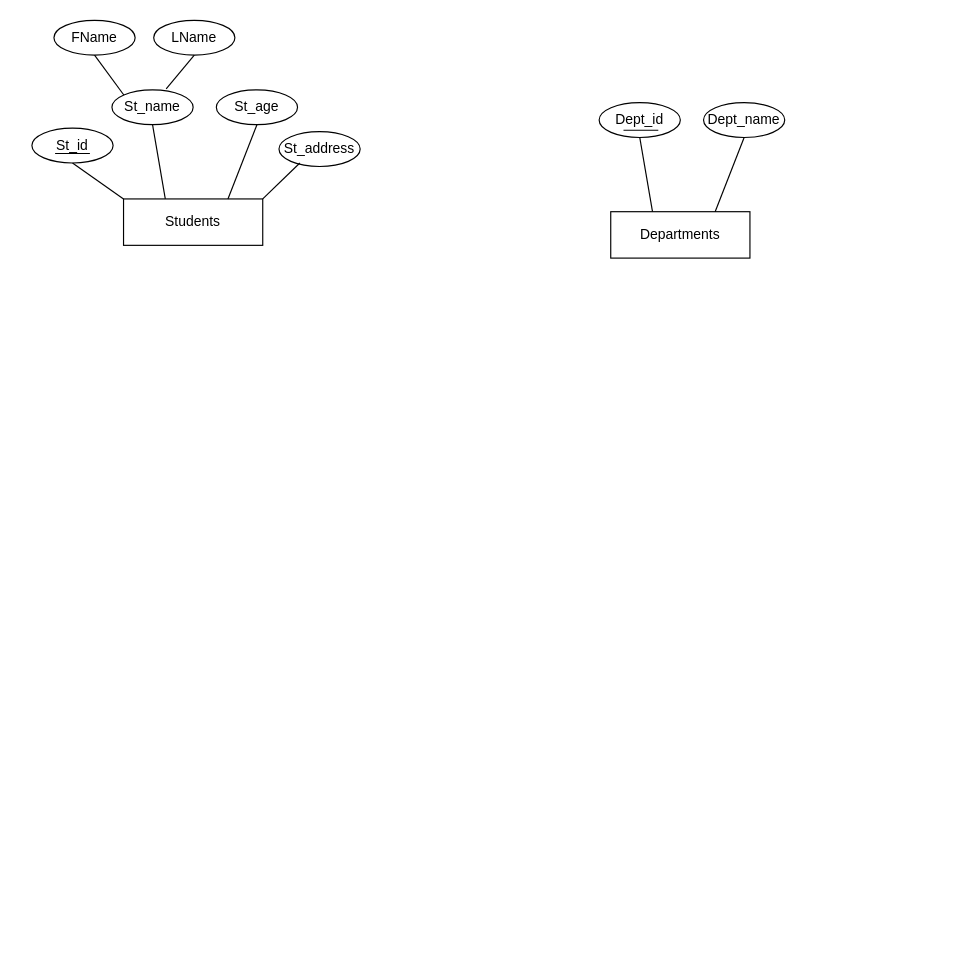
Before: Untitled Diagram.drawio in yousief784/ASB.NET-LEARN, a draw.io diagram. Source tidied: cells renumbered, new cells numbered last; positions are measured from the earlier drawing's top-left corner, leaving out a move shared by most shapes. Both pictures are drawn from the tidied source at 116%, with x=0, y=0 at pixel (31, 20).
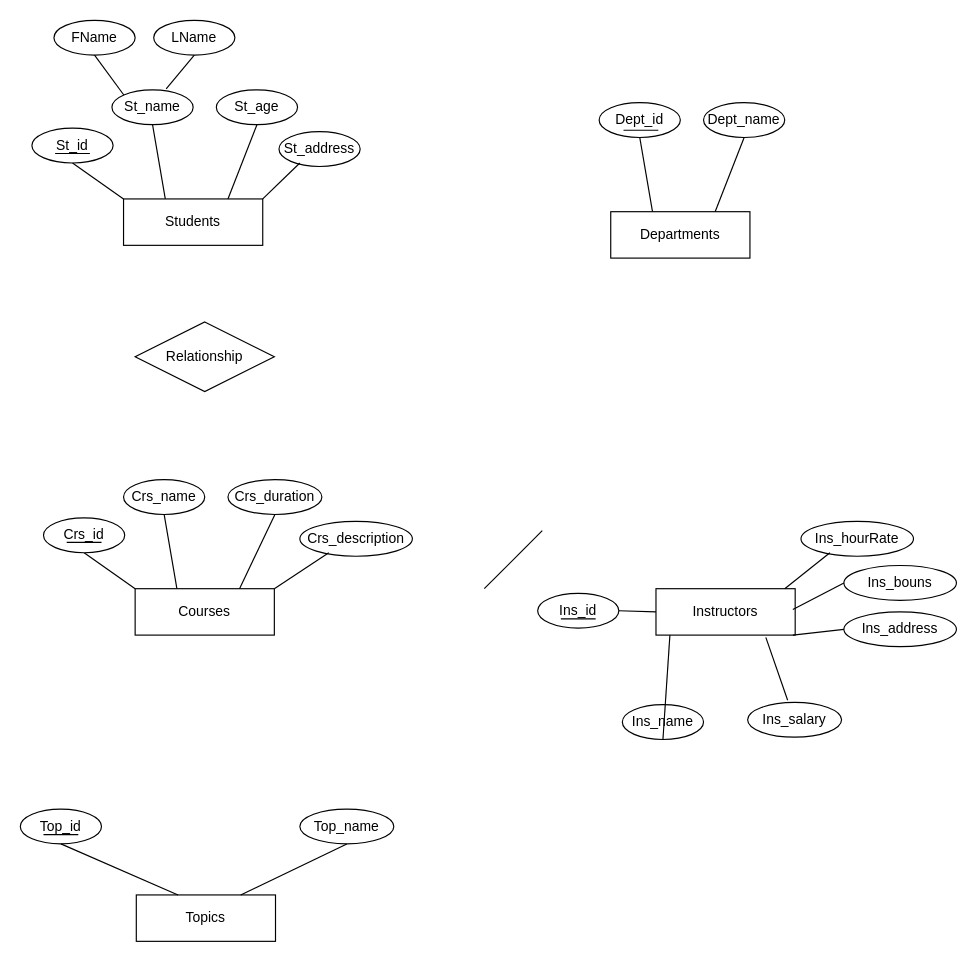
The same page after the edit.

What changed in the source:
```diff
@@
+    <mxCell id="22" value="Courses" style="rounded=0;whiteSpace=wrap;html=1;direction=east;" parent="1" vertex="1">
+      <mxGeometry x="89" y="490" width="120" height="40" as="geometry" />
+    </mxCell>
+    <mxCell id="23" value="Crs_name" style="ellipse;whiteSpace=wrap;html=1;" parent="1" vertex="1">
+      <mxGeometry x="79" y="396" width="70" height="30" as="geometry" />
+    </mxCell>
+    <mxCell id="24" value="Crs_duration" style="ellipse;whiteSpace=wrap;html=1;" parent="1" vertex="1">
+      <mxGeometry x="169" y="396" width="81" height="30" as="geometry" />
+    </mxCell>
+    <mxCell id="25" value="Crs_description" style="ellipse;whiteSpace=wrap;html=1;" parent="1" vertex="1">
+      <mxGeometry x="231" y="432" width="97" height="30" as="geometry" />
+    </mxCell>
+    <mxCell id="26" style="endArrow=none;html=1;rounded=0;entryX=0.257;entryY=0.9;entryDx=0;entryDy=0;entryPerimeter=0;exitX=1;exitY=0;exitDx=0;exitDy=0;" parent="1" edge="1" source="22" target="25">
+      <mxGeometry relative="1" as="geometry" />
+    </mxCell>
+    <mxCell id="27" style="endArrow=none;html=1;rounded=0;entryX=0.5;entryY=1;entryDx=0;entryDy=0;exitX=0.75;exitY=0;exitDx=0;exitDy=0;" parent="1" edge="1" source="22" target="24">
+      <mxGeometry relative="1" as="geometry" />
+    </mxCell>
+    <mxCell id="28" style="endArrow=none;html=1;rounded=0;entryX=0.5;entryY=1;entryDx=0;entryDy=0;exitX=0.75;exitY=0;exitDx=0;exitDy=0;" parent="1" edge="1" target="23">
+      <mxGeometry relative="1" as="geometry">
+        <mxPoint x="125" y="490" as="sourcePoint" />
+      </mxGeometry>
+    </mxCell>
+    <mxCell id="29" style="endArrow=none;html=1;rounded=0;entryX=0.5;entryY=1;entryDx=0;entryDy=0;exitX=0;exitY=0;exitDx=0;exitDy=0;" parent="1" edge="1" source="22" target="31">
+      <mxGeometry relative="1" as="geometry" />
+    </mxCell>
+    <mxCell id="30" style="endArrow=none;html=1;rounded=0;" parent="1" edge="1">
+      <mxGeometry relative="1" as="geometry">
+        <mxPoint x="30" y="450.8" as="sourcePoint" />
+        <mxPoint x="60" y="450.8" as="targetPoint" />
+      </mxGeometry>
+    </mxCell>
+    <mxCell id="31" value="Crs_id" style="ellipse;whiteSpace=wrap;html=1;" parent="1" vertex="1">
+      <mxGeometry x="10" y="429" width="70" height="30" as="geometry" />
+    </mxCell>
+    <mxCell id="32" style="endArrow=none;html=1;rounded=0;" parent="1" edge="1">
+      <mxGeometry relative="1" as="geometry">
+        <mxPoint x="30" y="450" as="sourcePoint" />
+        <mxPoint x="60" y="450" as="targetPoint" />
+      </mxGeometry>
+    </mxCell>
+    <mxCell id="33" value="Instructors" style="rounded=0;whiteSpace=wrap;html=1;direction=east;" parent="1" vertex="1">
+      <mxGeometry x="538" y="490" width="120" height="40" as="geometry" />
+    </mxCell>
+    <mxCell id="34" value="Ins_name" style="ellipse;whiteSpace=wrap;html=1;" parent="1" vertex="1">
+      <mxGeometry x="509" y="590" width="70" height="30" as="geometry" />
+    </mxCell>
+    <mxCell id="35" value="Ins_salary" style="ellipse;whiteSpace=wrap;html=1;" parent="1" vertex="1">
+      <mxGeometry x="617" y="588" width="81" height="30" as="geometry" />
+    </mxCell>
+    <mxCell id="36" value="Ins_hourRate" style="ellipse;whiteSpace=wrap;html=1;" parent="1" vertex="1">
+      <mxGeometry x="663" y="432" width="97" height="30" as="geometry" />
+    </mxCell>
+    <mxCell id="37" style="endArrow=none;html=1;rounded=0;entryX=0.257;entryY=0.9;entryDx=0;entryDy=0;entryPerimeter=0;exitX=1;exitY=0;exitDx=0;exitDy=0;" parent="1" edge="1" target="36">
+      <mxGeometry relative="1" as="geometry">
+        <mxPoint x="649" y="490" as="sourcePoint" />
+      </mxGeometry>
+    </mxCell>
+    <mxCell id="38" style="endArrow=none;html=1;rounded=0;entryX=0.426;entryY=-0.063;entryDx=0;entryDy=0;exitX=0.789;exitY=1.05;exitDx=0;exitDy=0;exitPerimeter=0;entryPerimeter=0;" parent="1" edge="1" target="35">
+      <mxGeometry relative="1" as="geometry">
+        <mxPoint x="632.7" y="532" as="sourcePoint" />
+      </mxGeometry>
+    </mxCell>
+    <mxCell id="39" style="endArrow=none;html=1;rounded=0;entryX=0.5;entryY=1;entryDx=0;entryDy=0;" parent="1" edge="1" target="34">
+      <mxGeometry relative="1" as="geometry">
+        <mxPoint x="550" y="530" as="sourcePoint" />
+      </mxGeometry>
+    </mxCell>
+    <mxCell id="40" style="endArrow=none;html=1;rounded=0;entryX=1;entryY=0.5;entryDx=0;entryDy=0;exitX=0;exitY=0.5;exitDx=0;exitDy=0;" parent="1" edge="1" source="33" target="41">
+      <mxGeometry relative="1" as="geometry" />
+    </mxCell>
+    <mxCell id="41" value="Ins_id" style="ellipse;whiteSpace=wrap;html=1;" parent="1" vertex="1">
+      <mxGeometry x="436" y="494" width="70" height="30" as="geometry" />
+    </mxCell>
+    <mxCell id="42" style="endArrow=none;html=1;rounded=0;" parent="1" edge="1">
+      <mxGeometry relative="1" as="geometry">
+        <mxPoint x="456" y="516" as="sourcePoint" />
+        <mxPoint x="486" y="516" as="targetPoint" />
+      </mxGeometry>
+    </mxCell>
+    <mxCell id="43" value="Ins_bouns" style="ellipse;whiteSpace=wrap;html=1;" parent="1" vertex="1">
+      <mxGeometry x="700" y="470" width="97" height="30" as="geometry" />
+    </mxCell>
+    <mxCell id="44" style="endArrow=none;html=1;rounded=0;entryX=0;entryY=0.5;entryDx=0;entryDy=0;exitX=1;exitY=0;exitDx=0;exitDy=0;" parent="1" edge="1" target="43">
+      <mxGeometry relative="1" as="geometry">
+        <mxPoint x="656" y="508" as="sourcePoint" />
+      </mxGeometry>
+    </mxCell>
+    <mxCell id="45" value="Ins_address" style="ellipse;whiteSpace=wrap;html=1;" parent="1" vertex="1">
+      <mxGeometry x="700" y="510" width="97" height="30" as="geometry" />
+    </mxCell>
+    <mxCell id="46" style="endArrow=none;html=1;rounded=0;entryX=0;entryY=0.5;entryDx=0;entryDy=0;exitX=1;exitY=0;exitDx=0;exitDy=0;" parent="1" edge="1" target="45">
+      <mxGeometry relative="1" as="geometry">
+        <mxPoint x="656" y="530" as="sourcePoint" />
+      </mxGeometry>
+    </mxCell>
+    <mxCell id="47" value="Topics" style="rounded=0;whiteSpace=wrap;html=1;direction=east;" parent="1" vertex="1">
+      <mxGeometry x="90" y="754" width="120" height="40" as="geometry" />
+    </mxCell>
+    <mxCell id="48" value="Top_id" style="ellipse;whiteSpace=wrap;html=1;" parent="1" vertex="1">
+      <mxGeometry x="-10" y="680" width="70" height="30" as="geometry" />
+    </mxCell>
+    <mxCell id="49" value="Top_name" style="ellipse;whiteSpace=wrap;html=1;" parent="1" vertex="1">
+      <mxGeometry x="231" y="680" width="81" height="30" as="geometry" />
+    </mxCell>
+    <mxCell id="50" style="endArrow=none;html=1;rounded=0;entryX=0.5;entryY=1;entryDx=0;entryDy=0;exitX=0.75;exitY=0;exitDx=0;exitDy=0;" parent="1" edge="1" source="47" target="49">
+      <mxGeometry relative="1" as="geometry" />
+    </mxCell>
+    <mxCell id="51" style="endArrow=none;html=1;rounded=0;entryX=0.5;entryY=1;entryDx=0;entryDy=0;exitX=0.75;exitY=0;exitDx=0;exitDy=0;" parent="1" edge="1" target="48">
+      <mxGeometry relative="1" as="geometry">
+        <mxPoint x="126" y="754" as="sourcePoint" />
+      </mxGeometry>
+    </mxCell>
+    <mxCell id="52" style="endArrow=none;html=1;rounded=0;" parent="1" edge="1">
+      <mxGeometry relative="1" as="geometry">
+        <mxPoint x="10" y="702" as="sourcePoint" />
+        <mxPoint x="40" y="702" as="targetPoint" />
+      </mxGeometry>
+    </mxCell>
+    <mxCell id="53" value="Relationship" style="shape=rhombus;perimeter=rhombusPerimeter;whiteSpace=wrap;html=1;align=center;rounded=0;" parent="1" vertex="1">
+      <mxGeometry x="89" y="260" width="120" height="60" as="geometry" />
+    </mxCell>
+    <mxCell id="54" style="endArrow=none;html=1;rounded=0;" parent="1" edge="1">
+      <mxGeometry relative="1" as="geometry">
+        <mxPoint x="390" y="490" as="sourcePoint" />
+        <mxPoint x="440" y="440" as="targetPoint" />
+      </mxGeometry>
+    </mxCell>
```
